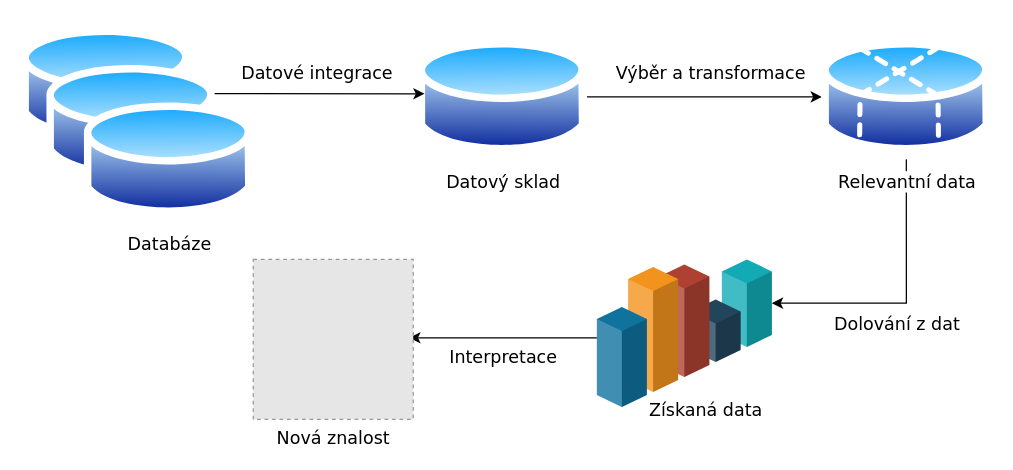
Before: page "Page-3" (3 of 3) of mt-diagrams.drawio in jakjsmenatom/data, a draw.io diagram. Source tidied: cells renumbered, new cells numbered last; positions are measured from the earlier drawing's top-left corner, leaving out a move shared by most shapes. Both pictures are drawn from the tidied source at 125%, with x=0, y=0 at pixel (21, 21). Pictures stored in the file or linked from it are replaced by grey dashed boxes.
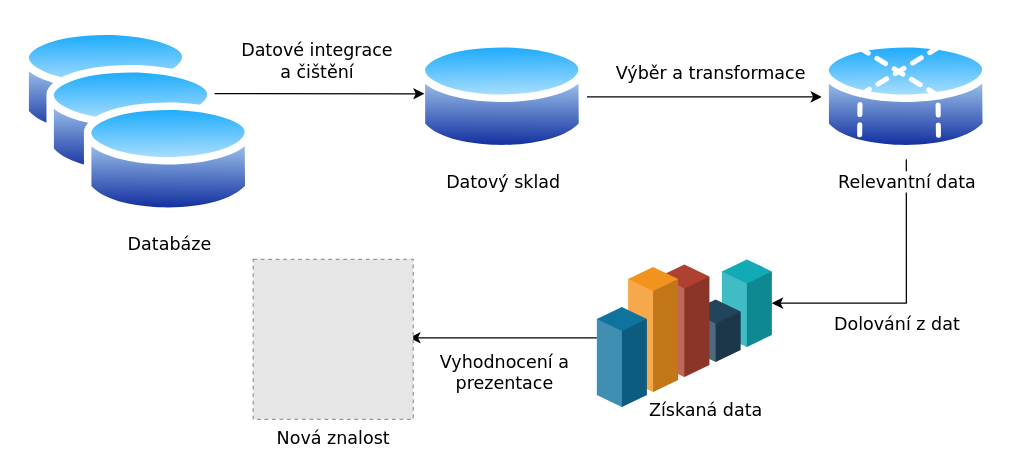
After the change.

Unchanged cells that the change refers to:
```xml
<mxCell id="12" style="edgeStyle=orthogonalEdgeStyle;rounded=0;jettySize=auto;html=1;exitX=0;exitY=0;exitDx=0;exitDy=24.80157518160232;exitPerimeter=0;entryX=0.975;entryY=0.49;entryDx=0;entryDy=0;entryPerimeter=0;fontFamily=Verdana;fontSize=14;" parent="1" edge="1" source="14" target="15">
  <mxGeometry relative="1" as="geometry" />
</mxCell>
<mxCell id="17" style="edgeStyle=orthogonalEdgeStyle;rounded=0;jettySize=auto;html=1;exitX=1;exitY=0.25;exitDx=0;exitDy=0;entryX=0.038;entryY=0.475;entryDx=0;entryDy=0;entryPerimeter=0;fontFamily=Verdana;fontSize=14;" parent="1" edge="1" source="19" target="4">
  <mxGeometry relative="1" as="geometry" />
</mxCell>
```

Diff of the diagram source:
```diff
@@
-    <mxCell id="13" value="Interpretace" style="edgeLabel;html=1;align=center;verticalAlign=middle;fontSize=14;fontFamily=Verdana;" parent="12" vertex="1">
+    <mxCell id="13" value="Vyhodnocení a&lt;br&gt;prezentace" style="edgeLabel;html=1;align=center;verticalAlign=middle;fontSize=14;fontFamily=Verdana;" parent="12" vertex="1">
       <mxGeometry x="-0.16" y="2" relative="1" as="geometry">
-        <mxPoint x="-12" y="13" as="offset" />
+        <mxPoint x="-11" y="25" as="offset" />
       </mxGeometry>
     </mxCell>
@@
-    <mxCell id="18" value="Datové integrace" style="edgeLabel;html=1;align=center;verticalAlign=middle;fontSize=14;fontFamily=Verdana;" parent="17" vertex="1">
+    <mxCell id="18" value="Datové integrace&lt;br&gt;a čištění" style="edgeLabel;html=1;align=center;verticalAlign=middle;fontSize=14;fontFamily=Verdana;" parent="17" vertex="1">
       <mxGeometry x="0.2" y="2" relative="1" as="geometry">
-        <mxPoint x="-17" y="-15" as="offset" />
+        <mxPoint x="-17" y="-25" as="offset" />
       </mxGeometry>
     </mxCell>
```
